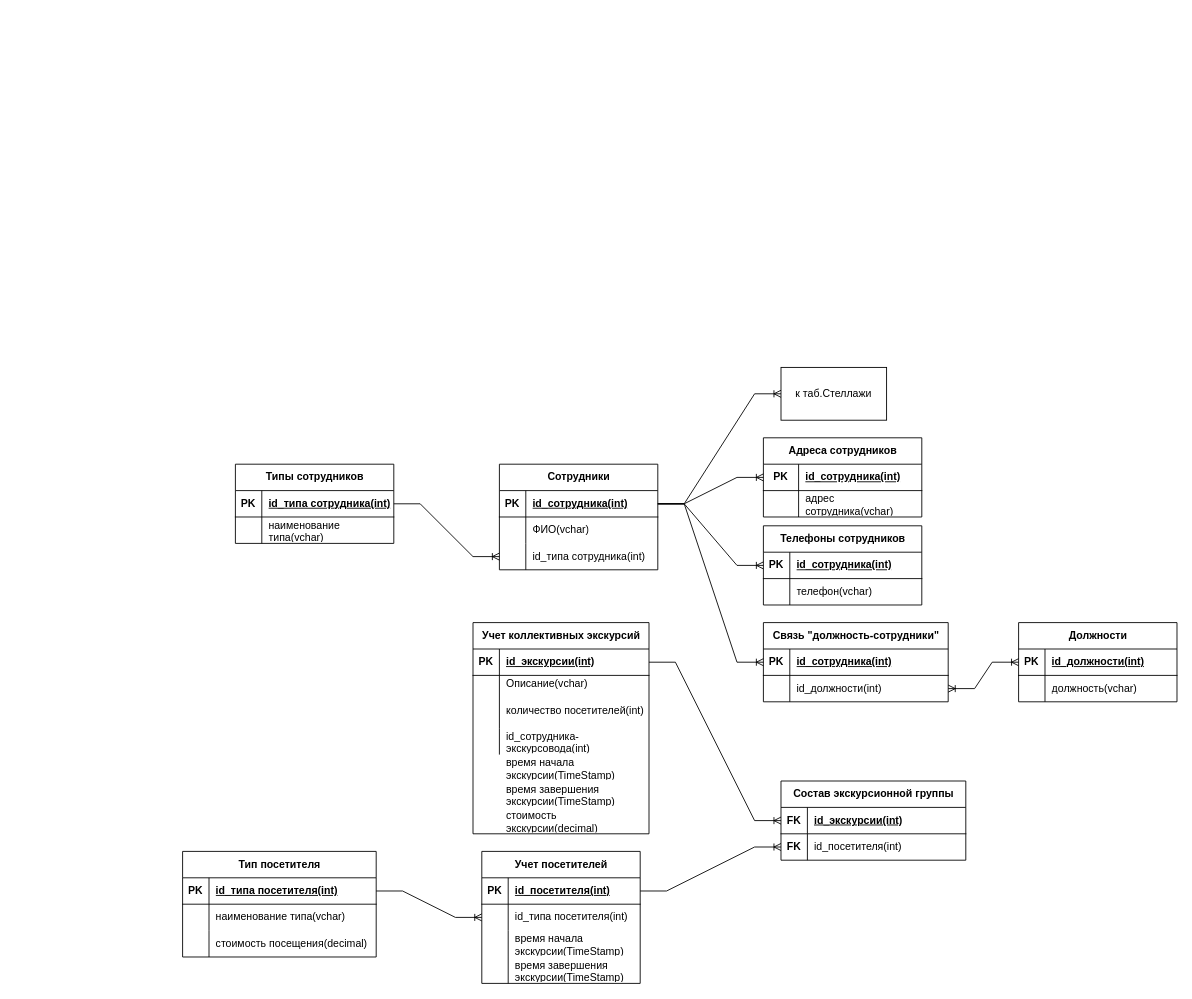
Before: page "Страница 4" (4 of 4) of Museum_DB.drawio in alexolhovskiy/BD_diagramma, a draw.io diagram. Source tidied: cells renumbered, new cells numbered last; positions are measured from the earlier drawing's top-left corner, leaving out a move shared by most shapes. Both pictures are drawn from the tidied source at 88%, with x=0, y=0 at pixel (182, 367).
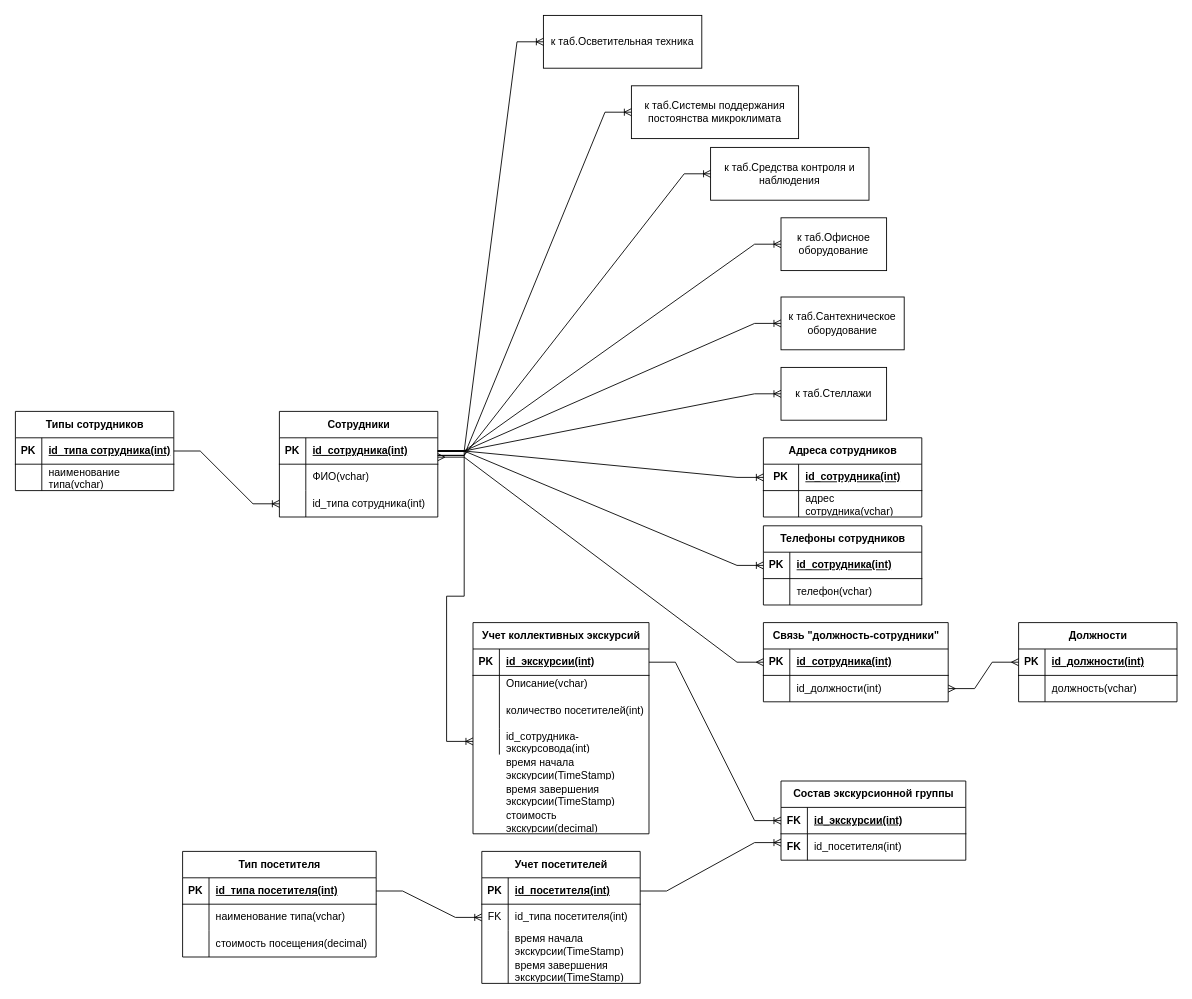
The same page after the edit.

Unchanged cells that the change refers to:
```xml
<mxCell id="3" style="shape=tableRow;horizontal=0;startSize=0;swimlaneHead=0;swimlaneBody=0;fillColor=none;points=[[0,0.5],[1,0.5]];portConstraint=eastwest;top=0;left=0;right=0;bottom=1;" parent="2" vertex="1">
  <mxGeometry y="30" width="180" height="30" as="geometry" />
</mxCell>
<mxCell id="34" style="shape=tableRow;horizontal=0;startSize=0;swimlaneHead=0;swimlaneBody=0;fillColor=none;points=[[0,0.5],[1,0.5]];portConstraint=eastwest;top=0;left=0;right=0;bottom=1;" parent="33" vertex="1">
  <mxGeometry y="30" width="180" height="30" as="geometry" />
</mxCell>
<mxCell id="41" style="shape=tableRow;horizontal=0;startSize=0;swimlaneHead=0;swimlaneBody=0;fillColor=none;points=[[0,0.5],[1,0.5]];portConstraint=eastwest;top=0;left=0;right=0;bottom=1;" parent="40" vertex="1">
  <mxGeometry y="30" width="210" height="30" as="geometry" />
</mxCell>
<mxCell id="44" style="shape=tableRow;horizontal=0;startSize=0;swimlaneHead=0;swimlaneBody=0;fillColor=none;points=[[0,0.5],[1,0.5]];portConstraint=eastwest;top=0;left=0;right=0;bottom=0;" parent="40" vertex="1">
  <mxGeometry y="60" width="210" height="30" as="geometry" />
</mxCell>
<mxCell id="48" style="shape=tableRow;horizontal=0;startSize=0;swimlaneHead=0;swimlaneBody=0;fillColor=none;points=[[0,0.5],[1,0.5]];portConstraint=eastwest;top=0;left=0;right=0;bottom=1;" parent="47" vertex="1">
  <mxGeometry y="30" width="180" height="30" as="geometry" />
</mxCell>
<mxCell id="51" style="shape=tableRow;horizontal=0;startSize=0;swimlaneHead=0;swimlaneBody=0;fillColor=none;points=[[0,0.5],[1,0.5]];portConstraint=eastwest;top=0;left=0;right=0;bottom=0;" parent="47" vertex="1">
  <mxGeometry y="60" width="180" height="30" as="geometry" />
</mxCell>
<mxCell id="80" style="shape=tableRow;horizontal=0;startSize=0;swimlaneHead=0;swimlaneBody=0;fillColor=none;points=[[0,0.5],[1,0.5]];portConstraint=eastwest;top=0;left=0;right=0;bottom=0;" parent="70" vertex="1">
  <mxGeometry y="120" width="200" height="30" as="geometry" />
</mxCell>
<mxCell id="90" style="shape=tableRow;horizontal=0;startSize=0;swimlaneHead=0;swimlaneBody=0;fillColor=none;points=[[0,0.5],[1,0.5]];portConstraint=eastwest;top=0;left=0;right=0;bottom=0;" parent="86" vertex="1">
  <mxGeometry y="60" width="210" height="30" as="geometry" />
</mxCell>
```

The edit, as a diff of the source:
```diff
@@
     <mxCell id="2" value="Сотрудники" style="shape=table;startSize=30;childLayout=tableLayout;rowLines=0;fontStyle=1;align=center;html=1;" parent="1" vertex="1">
-      <mxGeometry x="360" y="110" width="180" height="120" as="geometry" />
+      <mxGeometry x="110" y="50" width="180" height="120" as="geometry" />
     </mxCell>
@@
     <mxCell id="12" value="Типы сотрудников" style="shape=table;startSize=30;childLayout=tableLayout;rowLines=0;fontStyle=1;align=center;html=1;" parent="1" vertex="1">
-      <mxGeometry x="60" y="110" width="180" height="90" as="geometry" />
+      <mxGeometry x="-190" y="50" width="180" height="90" as="geometry" />
     </mxCell>
@@
-    <mxCell id="52" style="shape=partialRectangle;fillColor=none;top=0;left=0;bottom=0;right=0;overflow=hidden;whiteSpace=wrap;html=1;" parent="51" vertex="1">
+    <mxCell id="52" value="FK" style="shape=partialRectangle;fillColor=none;top=0;left=0;bottom=0;right=0;overflow=hidden;whiteSpace=wrap;html=1;" parent="51" vertex="1">
       <mxGeometry width="30" height="30" as="geometry" />
     </mxCell>
@@
-    <mxCell id="98" style="edgeStyle=entityRelationEdgeStyle;fontSize=12;html=1;endArrow=ERoneToMany;rounded=0;exitX=1;exitY=0.5;exitDx=0;exitDy=0;entryX=0;entryY=0.5;entryDx=0;entryDy=0;" parent="1" edge="1" source="3" target="41">
-      <mxGeometry relative="1" as="geometry" />
-    </mxCell>
-    <mxCell id="99" style="edgeStyle=entityRelationEdgeStyle;fontSize=12;html=1;endArrow=ERoneToMany;startArrow=ERoneToMany;rounded=0;entryX=0;entryY=0.5;entryDx=0;entryDy=0;" parent="1" edge="1" source="44" target="34">
-      <mxGeometry relative="1" as="geometry" />
-    </mxCell>
@@
-    <mxCell id="101" style="edgeStyle=entityRelationEdgeStyle;fontSize=12;html=1;endArrow=ERoneToMany;rounded=0;exitX=1;exitY=0.5;exitDx=0;exitDy=0;entryX=0;entryY=0.5;entryDx=0;entryDy=0;" parent="1" edge="1" source="48" target="90">
-      <mxGeometry relative="1" as="geometry" />
-    </mxCell>
@@
+    <mxCell id="99" style="edgeStyle=entityRelationEdgeStyle;fontSize=12;html=1;endArrow=ERmany;startArrow=ERmany;rounded=0;entryX=0;entryY=0.5;entryDx=0;entryDy=0;exitX=1;exitY=0.5;exitDx=0;exitDy=0;" parent="1" edge="1" source="44" target="34">
+      <mxGeometry relative="1" as="geometry" />
+    </mxCell>
+    <mxCell id="104" style="edgeStyle=entityRelationEdgeStyle;fontSize=12;html=1;endArrow=ERmany;startArrow=ERmany;rounded=0;entryX=0;entryY=0.5;entryDx=0;entryDy=0;" parent="1" edge="1" target="41">
+      <mxGeometry relative="1" as="geometry">
+        <mxPoint x="290" y="102" as="sourcePoint" />
+      </mxGeometry>
+    </mxCell>
+    <mxCell id="105" style="edgeStyle=entityRelationEdgeStyle;fontSize=12;html=1;endArrow=ERoneToMany;rounded=0;exitX=1;exitY=0.5;exitDx=0;exitDy=0;entryX=0;entryY=0.5;entryDx=0;entryDy=0;" parent="1" edge="1" source="3" target="80">
+      <mxGeometry relative="1" as="geometry" />
+    </mxCell>
+    <mxCell id="106" style="edgeStyle=entityRelationEdgeStyle;fontSize=12;html=1;endArrow=ERoneToMany;rounded=0;exitX=1;exitY=0.5;exitDx=0;exitDy=0;" parent="1" edge="1" source="48">
+      <mxGeometry relative="1" as="geometry">
+        <mxPoint x="680" y="540" as="targetPoint" />
+      </mxGeometry>
+    </mxCell>
+    <mxCell id="107" value="к таб.Средства контроля и наблюдения" style="rounded=0;whiteSpace=wrap;html=1;" parent="1" vertex="1">
+      <mxGeometry x="600" y="-250" width="180" height="60" as="geometry" />
+    </mxCell>
+    <mxCell id="108" value="к таб.Офисное оборудование" style="rounded=0;whiteSpace=wrap;html=1;" parent="1" vertex="1">
+      <mxGeometry x="680" y="-170" width="120" height="60" as="geometry" />
+    </mxCell>
+    <mxCell id="109" value="к таб.Сантехническое оборудование" style="rounded=0;whiteSpace=wrap;html=1;" parent="1" vertex="1">
+      <mxGeometry x="680" y="-80" width="140" height="60" as="geometry" />
+    </mxCell>
+    <mxCell id="110" style="edgeStyle=entityRelationEdgeStyle;fontSize=12;html=1;endArrow=ERoneToMany;rounded=0;exitX=1;exitY=0.5;exitDx=0;exitDy=0;entryX=0;entryY=0.5;entryDx=0;entryDy=0;" parent="1" edge="1" source="3" target="109">
+      <mxGeometry relative="1" as="geometry" />
+    </mxCell>
+    <mxCell id="111" style="edgeStyle=entityRelationEdgeStyle;fontSize=12;html=1;endArrow=ERoneToMany;rounded=0;exitX=1;exitY=0.5;exitDx=0;exitDy=0;entryX=0;entryY=0.5;entryDx=0;entryDy=0;" parent="1" edge="1" source="3" target="108">
+      <mxGeometry relative="1" as="geometry" />
+    </mxCell>
+    <mxCell id="112" style="edgeStyle=entityRelationEdgeStyle;fontSize=12;html=1;endArrow=ERoneToMany;rounded=0;entryX=0;entryY=0.5;entryDx=0;entryDy=0;" parent="1" edge="1" target="107">
+      <mxGeometry relative="1" as="geometry">
+        <mxPoint x="290" y="100" as="sourcePoint" />
+      </mxGeometry>
+    </mxCell>
+    <mxCell id="113" value="к таб.Осветительная техника" style="rounded=0;whiteSpace=wrap;html=1;" parent="1" vertex="1">
+      <mxGeometry x="410" y="-400" width="180" height="60" as="geometry" />
+    </mxCell>
+    <mxCell id="114" value="к таб.Системы поддержания постоянства микроклимата" style="rounded=0;whiteSpace=wrap;html=1;" parent="1" vertex="1">
+      <mxGeometry x="510" y="-320" width="190" height="60" as="geometry" />
+    </mxCell>
+    <mxCell id="115" style="edgeStyle=entityRelationEdgeStyle;fontSize=12;html=1;endArrow=ERoneToMany;rounded=0;exitX=1;exitY=0.5;exitDx=0;exitDy=0;entryX=0;entryY=0.5;entryDx=0;entryDy=0;" parent="1" edge="1" source="3" target="113">
+      <mxGeometry relative="1" as="geometry" />
+    </mxCell>
+    <mxCell id="116" style="edgeStyle=entityRelationEdgeStyle;fontSize=12;html=1;endArrow=ERoneToMany;rounded=0;entryX=0;entryY=0.5;entryDx=0;entryDy=0;" parent="1" edge="1" target="114">
+      <mxGeometry relative="1" as="geometry">
+        <mxPoint x="290" y="100" as="sourcePoint" />
+      </mxGeometry>
+    </mxCell>
```
